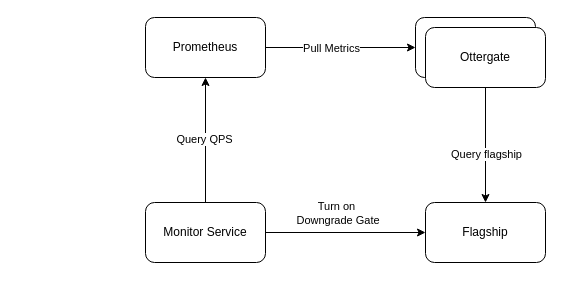
Before: Cp2 Service Down Outage Action Items .drawio in evagle/awesome, a draw.io diagram. Source tidied: cells renumbered, new cells numbered last; positions are measured from the earlier drawing's top-left corner, leaving out a move shared by most shapes. Both pictures are drawn from the tidied source at 100%, with x=0, y=0 at pixel (145, 17).
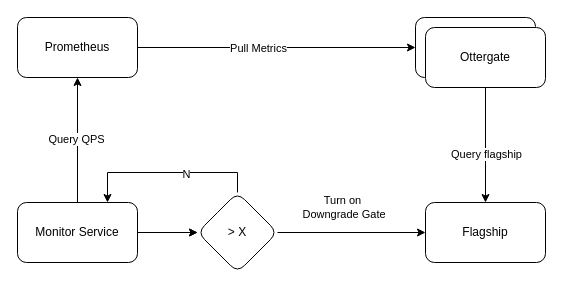
The same diagram, later.

The change refers to these unchanged cells:
```xml
<mxCell id="12" value="Flagship" style="rounded=1;whiteSpace=wrap;html=1;" parent="1" vertex="1">
  <mxGeometry x="280" y="185" width="120" height="60" as="geometry" />
</mxCell>
```

Change to the diagram source:
```diff
@@
     <mxCell id="4" value="Prometheus" style="rounded=1;whiteSpace=wrap;html=1;" parent="1" vertex="1">
-      <mxGeometry width="120" height="60" as="geometry" />
+      <mxGeometry x="-128" width="120" height="60" as="geometry" />
     </mxCell>
@@
-    <mxCell id="7" style="edgeStyle=orthogonalEdgeStyle;rounded=0;jettySize=auto;html=1;exitX=1;exitY=0.5;exitDx=0;exitDy=0;" parent="1" edge="1" source="9" target="12">
+    <mxCell id="7" style="edgeStyle=orthogonalEdgeStyle;rounded=0;jettySize=auto;html=1;exitX=1;exitY=0.5;exitDx=0;exitDy=0;" parent="1" edge="1" source="19" target="12">
       <mxGeometry relative="1" as="geometry" />
     </mxCell>
-    <mxCell id="8" value="Turn on&lt;br&gt;&amp;nbsp;Downgrade Gate" style="edgeLabel;html=1;align=center;verticalAlign=middle;" parent="7" vertex="1">
-      <mxGeometry x="-0.24" y="3" relative="1" as="geometry">
-        <mxPoint x="9" y="-17" as="offset" />
-      </mxGeometry>
-    </mxCell>
+    <mxCell id="15" style="edgeStyle=orthogonalEdgeStyle;rounded=0;jettySize=auto;html=1;" parent="1" edge="1" source="9" target="19">
+      <mxGeometry relative="1" as="geometry" />
+    </mxCell>
     <mxCell id="9" value="Monitor Service" style="rounded=1;whiteSpace=wrap;html=1;" parent="1" vertex="1">
-      <mxGeometry y="185" width="120" height="60" as="geometry" />
+      <mxGeometry x="-128" y="185" width="120" height="60" as="geometry" />
     </mxCell>
@@
+    <mxCell id="16" style="edgeStyle=orthogonalEdgeStyle;rounded=0;jettySize=auto;html=1;exitX=1;exitY=0.5;exitDx=0;exitDy=0;" parent="1" edge="1" source="9" target="19">
+      <mxGeometry relative="1" as="geometry" />
+    </mxCell>
+    <mxCell id="8" value="Turn on&lt;br&gt;&amp;nbsp;Downgrade Gate" style="edgeLabel;html=1;align=center;verticalAlign=middle;" parent="16" vertex="1">
+      <mxGeometry x="-0.24" y="3" relative="1" as="geometry">
+        <mxPoint x="181" y="-23" as="offset" />
+      </mxGeometry>
+    </mxCell>
+    <mxCell id="17" style="edgeStyle=orthogonalEdgeStyle;rounded=0;jettySize=auto;html=1;exitX=0.5;exitY=0;exitDx=0;exitDy=0;entryX=0.75;entryY=0;entryDx=0;entryDy=0;" parent="1" edge="1" source="19" target="9">
+      <mxGeometry relative="1" as="geometry" />
+    </mxCell>
+    <mxCell id="18" value="N" style="edgeLabel;html=1;align=center;verticalAlign=middle;" parent="17" vertex="1">
+      <mxGeometry x="-0.2" y="1" relative="1" as="geometry" />
+    </mxCell>
+    <mxCell id="19" value="&amp;gt; X" style="rhombus;whiteSpace=wrap;html=1;rounded=1;" parent="1" vertex="1">
+      <mxGeometry x="52" y="175" width="80" height="80" as="geometry" />
+    </mxCell>
```
